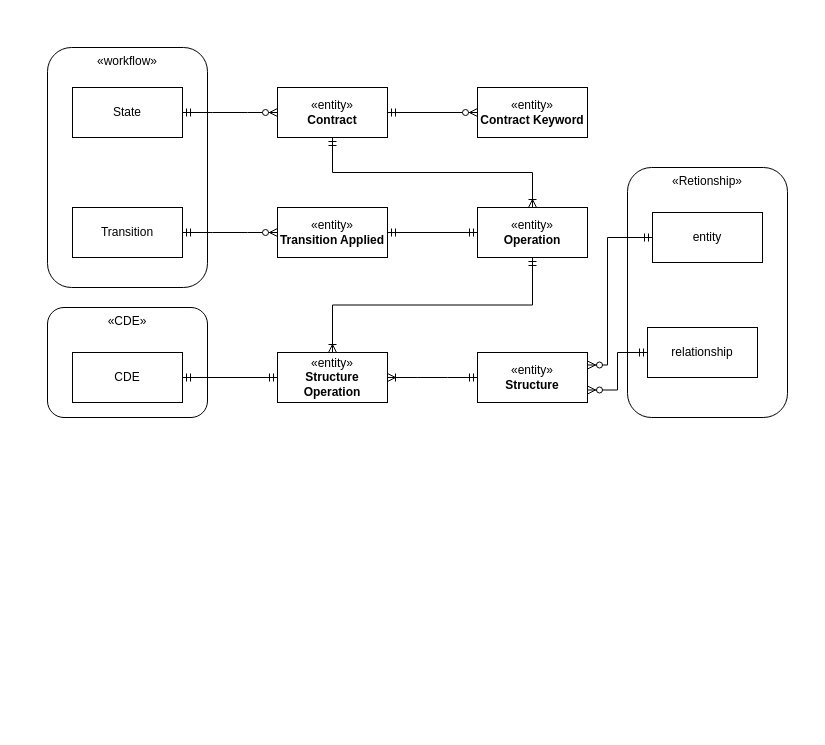
saman-core/docs keeps this draw.io diagram as page "contract-er" (3 of 8) of event.drawio. Above is the earlier version. Source tidied: cells renumbered, new cells numbered last; positions are measured from the earlier drawing's top-left corner, leaving out a move shared by most shapes. Both pictures are drawn from the tidied source at 100%, with x=0, y=0 at pixel (47, 47).
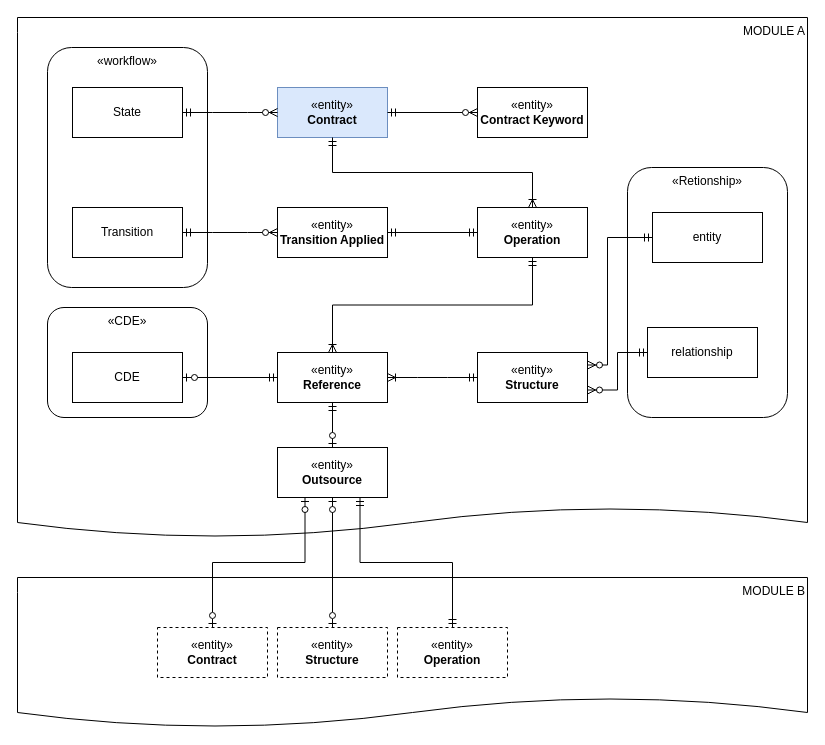
Above is the later version.

The change refers to these unchanged cells:
```xml
<mxCell id="11" value="CDE" style="html=1;whiteSpace=wrap;" parent="1" vertex="1">
  <mxGeometry x="25" y="305" width="110" height="50" as="geometry" />
</mxCell>
```

The edit, as a diff of the source:
```diff
@@
+    <mxCell id="26" value="MODULE B" style="shape=document;whiteSpace=wrap;html=1;boundedLbl=1;size=0.2;verticalAlign=top;align=right;" parent="1" vertex="1">
+      <mxGeometry x="-30" y="530" width="790" height="150" as="geometry" />
+    </mxCell>
+    <mxCell id="27" value="MODULE A" style="shape=document;whiteSpace=wrap;html=1;boundedLbl=1;size=0.057692307692307696;verticalAlign=top;align=right;" parent="1" vertex="1">
+      <mxGeometry x="-30" y="-30" width="790" height="520" as="geometry" />
+    </mxCell>
@@
-    <mxCell id="5" value="«entity»&lt;br&gt;&lt;b&gt;Contract&lt;/b&gt;" style="html=1;whiteSpace=wrap;" parent="1" vertex="1">
+    <mxCell id="5" value="«entity»&lt;br&gt;&lt;b&gt;Contract&lt;/b&gt;" style="html=1;whiteSpace=wrap;fillColor=#dae8fc;strokeColor=#6c8ebf;" parent="1" vertex="1">
       <mxGeometry x="230" y="40" width="110" height="50" as="geometry" />
     </mxCell>
@@
-    <mxCell id="9" value="«entity»&lt;br&gt;&lt;b&gt;Structure Operation&lt;/b&gt;" style="html=1;whiteSpace=wrap;" parent="1" vertex="1">
+    <mxCell id="9" value="«entity»&lt;br&gt;&lt;b&gt;Reference&lt;/b&gt;" style="html=1;whiteSpace=wrap;" parent="1" vertex="1">
       <mxGeometry x="230" y="305" width="110" height="50" as="geometry" />
     </mxCell>
@@
-    <mxCell id="17" style="edgeStyle=orthogonalEdgeStyle;fontSize=12;html=1;endArrow=ERmandOne;startArrow=ERmandOne;rounded=0;exitX=0;exitY=0.5;exitDx=0;exitDy=0;entryX=1;entryY=0.5;entryDx=0;entryDy=0;" parent="1" edge="1" source="9" target="11">
-      <mxGeometry relative="1" as="geometry" />
-    </mxCell>
@@
+    <mxCell id="28" value="«entity»&lt;br&gt;&lt;b&gt;Outsource&lt;/b&gt;" style="html=1;whiteSpace=wrap;" parent="1" vertex="1">
+      <mxGeometry x="230" y="400" width="110" height="50" as="geometry" />
+    </mxCell>
+    <mxCell id="29" style="edgeStyle=orthogonalEdgeStyle;fontSize=12;html=1;endArrow=ERzeroToOne;startArrow=ERmandOne;rounded=0;exitX=0.5;exitY=1;exitDx=0;exitDy=0;entryX=0.5;entryY=0;entryDx=0;entryDy=0;" parent="1" edge="1" source="9" target="28">
+      <mxGeometry relative="1" as="geometry" />
+    </mxCell>
+    <mxCell id="30" value="«entity»&lt;br&gt;&lt;b&gt;Contract&lt;/b&gt;" style="html=1;whiteSpace=wrap;dashed=1;" parent="1" vertex="1">
+      <mxGeometry x="110" y="580" width="110" height="50" as="geometry" />
+    </mxCell>
+    <mxCell id="31" value="«entity»&lt;br&gt;&lt;b&gt;Operation&lt;/b&gt;" style="html=1;whiteSpace=wrap;dashed=1;" parent="1" vertex="1">
+      <mxGeometry x="350" y="580" width="110" height="50" as="geometry" />
+    </mxCell>
+    <mxCell id="32" value="«entity»&lt;br&gt;&lt;b&gt;Structure&lt;/b&gt;" style="html=1;whiteSpace=wrap;dashed=1;" parent="1" vertex="1">
+      <mxGeometry x="230" y="580" width="110" height="50" as="geometry" />
+    </mxCell>
+    <mxCell id="33" style="edgeStyle=orthogonalEdgeStyle;fontSize=12;html=1;endArrow=ERzeroToOne;startArrow=ERzeroToOne;rounded=0;startFill=0;entryX=0.25;entryY=1;entryDx=0;entryDy=0;exitX=0.5;exitY=0;exitDx=0;exitDy=0;" parent="1" edge="1" source="30" target="28">
+      <mxGeometry relative="1" as="geometry" />
+    </mxCell>
+    <mxCell id="34" style="edgeStyle=orthogonalEdgeStyle;fontSize=12;html=1;endArrow=ERzeroToOne;startArrow=ERzeroToOne;rounded=0;startFill=0;entryX=0.5;entryY=1;entryDx=0;entryDy=0;exitX=0.5;exitY=0;exitDx=0;exitDy=0;" parent="1" edge="1" source="32" target="28">
+      <mxGeometry relative="1" as="geometry" />
+    </mxCell>
+    <mxCell id="35" style="edgeStyle=orthogonalEdgeStyle;fontSize=12;html=1;endArrow=ERmandOne;startArrow=ERmandOne;rounded=0;exitX=0.5;exitY=0;exitDx=0;exitDy=0;entryX=0.75;entryY=1;entryDx=0;entryDy=0;" parent="1" edge="1" source="31" target="28">
+      <mxGeometry relative="1" as="geometry" />
+    </mxCell>
+    <mxCell id="17" style="edgeStyle=orthogonalEdgeStyle;fontSize=12;html=1;endArrow=ERzeroToOne;startArrow=ERmandOne;rounded=0;exitX=0;exitY=0.5;exitDx=0;exitDy=0;entryX=1;entryY=0.5;entryDx=0;entryDy=0;" parent="1" edge="1" source="9" target="11">
+      <mxGeometry relative="1" as="geometry" />
+    </mxCell>
```
